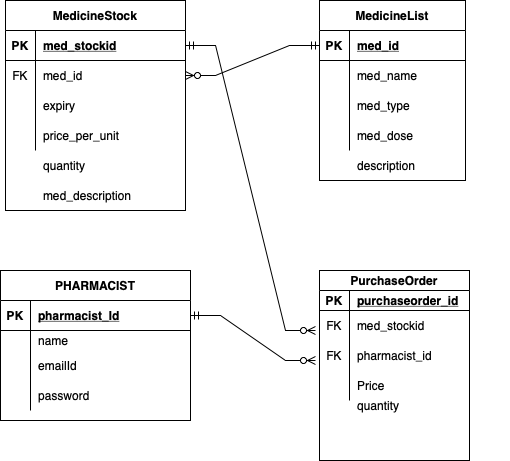
Earlier version of the draw.io export docs/Pharmacymanagement_ERD.png (Steff4evr/pharmacyapi). Source tidied: cells renumbered, new cells last; positions are measured from the earlier drawing's top-left corner, leaving out a move shared by most shapes. Source of this version:
```xml
<mxGraphModel>
  <root>
    <mxCell id="0" />
    <mxCell id="1" parent="0" />
    <mxCell id="2" value="MedicineStock" style="shape=table;startSize=30;rowLines=0;fontStyle=1;align=center;" parent="1" vertex="1">
      <mxGeometry x="5" width="180" height="210" as="geometry" />
    </mxCell>
    <mxCell id="3" style="shape=tableRow;horizontal=0;startSize=0;swimlaneHead=0;swimlaneBody=0;fillColor=none;points=[[0,0.5],[1,0.5]];portConstraint=eastwest;top=0;left=0;right=0;bottom=1;" parent="2" vertex="1">
      <mxGeometry y="30" width="180" height="30" as="geometry" />
    </mxCell>
    <mxCell id="4" value="PK" style="shape=partialRectangle;fillColor=none;top=0;left=0;bottom=0;right=0;fontStyle=1;overflow=hidden;" parent="3" vertex="1">
      <mxGeometry width="30" height="30" as="geometry" />
    </mxCell>
    <mxCell id="5" value="med_stockid" style="shape=partialRectangle;fillColor=none;top=0;left=0;bottom=0;right=0;align=left;spacingLeft=6;fontStyle=5;overflow=hidden;" parent="3" vertex="1">
      <mxGeometry x="30" width="150" height="30" as="geometry" />
    </mxCell>
    <mxCell id="6" style="shape=tableRow;horizontal=0;startSize=0;swimlaneHead=0;swimlaneBody=0;fillColor=none;points=[[0,0.5],[1,0.5]];portConstraint=eastwest;top=0;left=0;right=0;bottom=0;" parent="2" vertex="1">
      <mxGeometry y="60" width="180" height="30" as="geometry" />
    </mxCell>
    <mxCell id="7" value="FK" style="shape=partialRectangle;fillColor=none;top=0;left=0;bottom=0;right=0;overflow=hidden;" parent="6" vertex="1">
      <mxGeometry width="30" height="30" as="geometry" />
    </mxCell>
    <mxCell id="8" value="med_id" style="shape=partialRectangle;fillColor=none;top=0;left=0;bottom=0;right=0;align=left;spacingLeft=6;overflow=hidden;" parent="6" vertex="1">
      <mxGeometry x="30" width="150" height="30" as="geometry" />
    </mxCell>
    <mxCell id="9" style="shape=tableRow;horizontal=0;startSize=0;swimlaneHead=0;swimlaneBody=0;fillColor=none;top=0;left=0;right=0;bottom=0;" parent="2" vertex="1">
      <mxGeometry y="90" width="180" height="30" as="geometry" />
    </mxCell>
    <mxCell id="10" style="shape=partialRectangle;fillColor=none;top=0;left=0;bottom=0;right=0;overflow=hidden;" parent="9" vertex="1">
      <mxGeometry width="30" height="30" as="geometry" />
    </mxCell>
    <mxCell id="11" value="expiry" style="shape=partialRectangle;fillColor=none;top=0;left=0;bottom=0;right=0;align=left;spacingLeft=6;overflow=hidden;" parent="9" vertex="1">
      <mxGeometry x="30" width="150" height="30" as="geometry" />
    </mxCell>
    <mxCell id="12" style="shape=tableRow;horizontal=0;startSize=0;swimlaneHead=0;swimlaneBody=0;fillColor=none;top=0;left=0;right=0;bottom=0;" parent="2" vertex="1">
      <mxGeometry y="120" width="180" height="30" as="geometry" />
    </mxCell>
    <mxCell id="13" style="shape=partialRectangle;fillColor=none;top=0;left=0;bottom=0;right=0;overflow=hidden;" parent="12" vertex="1">
      <mxGeometry width="30" height="30" as="geometry" />
    </mxCell>
    <mxCell id="14" value="price_per_unit" style="shape=partialRectangle;fillColor=none;top=0;left=0;bottom=0;right=0;align=left;spacingLeft=6;overflow=hidden;" parent="12" vertex="1">
      <mxGeometry x="30" width="150" height="30" as="geometry" />
    </mxCell>
    <mxCell id="15" value="MedicineList" style="shape=table;startSize=30;rowLines=0;fontStyle=1;align=center;" parent="1" vertex="1">
      <mxGeometry x="319" width="146" height="180" as="geometry" />
    </mxCell>
    <mxCell id="16" style="shape=tableRow;horizontal=0;startSize=0;swimlaneHead=0;swimlaneBody=0;fillColor=none;points=[[0,0.5],[1,0.5]];portConstraint=eastwest;top=0;left=0;right=0;bottom=1;" parent="15" vertex="1">
      <mxGeometry y="30" width="146" height="30" as="geometry" />
    </mxCell>
    <mxCell id="17" value="PK" style="shape=partialRectangle;fillColor=none;top=0;left=0;bottom=0;right=0;fontStyle=1;overflow=hidden;" parent="16" vertex="1">
      <mxGeometry width="30" height="30" as="geometry" />
    </mxCell>
    <mxCell id="18" value="med_id" style="shape=partialRectangle;fillColor=none;top=0;left=0;bottom=0;right=0;align=left;spacingLeft=6;fontStyle=5;overflow=hidden;" parent="16" vertex="1">
      <mxGeometry x="30" width="116" height="30" as="geometry" />
    </mxCell>
    <mxCell id="19" style="shape=tableRow;horizontal=0;startSize=0;swimlaneHead=0;swimlaneBody=0;fillColor=none;top=0;left=0;right=0;bottom=0;" parent="15" vertex="1">
      <mxGeometry y="60" width="146" height="30" as="geometry" />
    </mxCell>
    <mxCell id="20" style="shape=partialRectangle;fillColor=none;top=0;left=0;bottom=0;right=0;overflow=hidden;" parent="19" vertex="1">
      <mxGeometry width="30" height="30" as="geometry" />
    </mxCell>
    <mxCell id="21" value="med_name" style="shape=partialRectangle;fillColor=none;top=0;left=0;bottom=0;right=0;align=left;spacingLeft=6;overflow=hidden;" parent="19" vertex="1">
      <mxGeometry x="30" width="116" height="30" as="geometry" />
    </mxCell>
    <mxCell id="22" style="shape=tableRow;horizontal=0;startSize=0;swimlaneHead=0;swimlaneBody=0;fillColor=none;top=0;left=0;right=0;bottom=0;" parent="15" vertex="1">
      <mxGeometry y="90" width="146" height="30" as="geometry" />
    </mxCell>
    <mxCell id="23" style="shape=partialRectangle;fillColor=none;top=0;left=0;bottom=0;right=0;overflow=hidden;" parent="22" vertex="1">
      <mxGeometry width="30" height="30" as="geometry" />
    </mxCell>
    <mxCell id="24" value="med_type" style="shape=partialRectangle;fillColor=none;top=0;left=0;bottom=0;right=0;align=left;spacingLeft=6;overflow=hidden;" parent="22" vertex="1">
      <mxGeometry x="30" width="116" height="30" as="geometry" />
    </mxCell>
    <mxCell id="25" style="shape=tableRow;horizontal=0;startSize=0;swimlaneHead=0;swimlaneBody=0;fillColor=none;top=0;left=0;right=0;bottom=0;" parent="15" vertex="1">
      <mxGeometry y="120" width="146" height="30" as="geometry" />
    </mxCell>
    <mxCell id="26" style="shape=partialRectangle;fillColor=none;top=0;left=0;bottom=0;right=0;overflow=hidden;" parent="25" vertex="1">
      <mxGeometry width="30" height="30" as="geometry" />
    </mxCell>
    <mxCell id="27" value="med_dose" style="shape=partialRectangle;fillColor=none;top=0;left=0;bottom=0;right=0;align=left;spacingLeft=6;overflow=hidden;" parent="25" vertex="1">
      <mxGeometry x="30" width="116" height="30" as="geometry" />
    </mxCell>
    <mxCell id="28" value="description" style="shape=partialRectangle;fillColor=none;top=0;left=0;bottom=0;right=0;align=left;spacingLeft=6;overflow=hidden;" parent="1" vertex="1">
      <mxGeometry x="349" y="150" width="160" height="30" as="geometry" />
    </mxCell>
    <mxCell id="29" value="PHARMACIST" style="shape=table;startSize=30;rowLines=0;fontStyle=1;align=center;" parent="1" vertex="1">
      <mxGeometry y="270" width="190" height="150" as="geometry" />
    </mxCell>
    <mxCell id="30" style="shape=tableRow;horizontal=0;startSize=0;swimlaneHead=0;swimlaneBody=0;fillColor=none;points=[[0,0.5],[1,0.5]];portConstraint=eastwest;top=0;left=0;right=0;bottom=1;" parent="29" vertex="1">
      <mxGeometry y="30" width="190" height="30" as="geometry" />
    </mxCell>
    <mxCell id="31" value="PK" style="shape=partialRectangle;fillColor=none;top=0;left=0;bottom=0;right=0;fontStyle=1;overflow=hidden;" parent="30" vertex="1">
      <mxGeometry width="30" height="30" as="geometry" />
    </mxCell>
    <mxCell id="32" value="pharmacist_Id" style="shape=partialRectangle;fillColor=none;top=0;left=0;bottom=0;right=0;align=left;spacingLeft=6;fontStyle=5;overflow=hidden;" parent="30" vertex="1">
      <mxGeometry x="30" width="160" height="30" as="geometry" />
    </mxCell>
    <mxCell id="33" style="shape=tableRow;horizontal=0;startSize=0;swimlaneHead=0;swimlaneBody=0;fillColor=none;top=0;left=0;right=0;bottom=0;" parent="29" vertex="1">
      <mxGeometry y="60" width="190" height="20" as="geometry" />
    </mxCell>
    <mxCell id="34" style="shape=partialRectangle;fillColor=none;top=0;left=0;bottom=0;right=0;overflow=hidden;" parent="33" vertex="1">
      <mxGeometry width="30" height="20" as="geometry" />
    </mxCell>
    <mxCell id="35" value="name" style="shape=partialRectangle;fillColor=none;top=0;left=0;bottom=0;right=0;align=left;spacingLeft=6;overflow=hidden;" parent="33" vertex="1">
      <mxGeometry x="30" width="160" height="20" as="geometry" />
    </mxCell>
    <mxCell id="36" style="shape=tableRow;horizontal=0;startSize=0;swimlaneHead=0;swimlaneBody=0;fillColor=none;top=0;left=0;right=0;bottom=0;" parent="29" vertex="1">
      <mxGeometry y="80" width="190" height="30" as="geometry" />
    </mxCell>
    <mxCell id="37" style="shape=partialRectangle;fillColor=none;top=0;left=0;bottom=0;right=0;overflow=hidden;" parent="36" vertex="1">
      <mxGeometry width="30" height="30" as="geometry" />
    </mxCell>
    <mxCell id="38" value="emailId" style="shape=partialRectangle;fillColor=none;top=0;left=0;bottom=0;right=0;align=left;spacingLeft=6;overflow=hidden;" parent="36" vertex="1">
      <mxGeometry x="30" width="160" height="30" as="geometry" />
    </mxCell>
    <mxCell id="39" style="shape=tableRow;horizontal=0;startSize=0;swimlaneHead=0;swimlaneBody=0;fillColor=none;top=0;left=0;right=0;bottom=0;" parent="29" vertex="1">
      <mxGeometry y="110" width="190" height="30" as="geometry" />
    </mxCell>
    <mxCell id="40" style="shape=partialRectangle;fillColor=none;top=0;left=0;bottom=0;right=0;overflow=hidden;" parent="39" vertex="1">
      <mxGeometry width="30" height="30" as="geometry" />
    </mxCell>
    <mxCell id="41" value="password" style="shape=partialRectangle;fillColor=none;top=0;left=0;bottom=0;right=0;align=left;spacingLeft=6;overflow=hidden;" parent="39" vertex="1">
      <mxGeometry x="30" width="160" height="30" as="geometry" />
    </mxCell>
    <mxCell id="42" value="PurchaseOrder" style="shape=table;startSize=20;rowLines=0;fontStyle=1;align=center;" parent="1" vertex="1">
      <mxGeometry x="319" y="270" width="150" height="190" as="geometry" />
    </mxCell>
    <mxCell id="43" style="shape=tableRow;horizontal=0;startSize=0;swimlaneHead=0;swimlaneBody=0;fillColor=none;top=0;left=0;right=0;bottom=1;" parent="42" vertex="1">
      <mxGeometry y="20" width="150" height="20" as="geometry" />
    </mxCell>
    <mxCell id="44" value="PK" style="shape=partialRectangle;fillColor=none;top=0;left=0;bottom=0;right=0;fontStyle=1;overflow=hidden;" parent="43" vertex="1">
      <mxGeometry width="30" height="20" as="geometry" />
    </mxCell>
    <mxCell id="45" value="purchaseorder_id" style="shape=partialRectangle;fillColor=none;top=0;left=0;bottom=0;right=0;align=left;spacingLeft=6;fontStyle=5;overflow=hidden;" parent="43" vertex="1">
      <mxGeometry x="30" width="120" height="20" as="geometry" />
    </mxCell>
    <mxCell id="46" style="shape=tableRow;horizontal=0;startSize=0;swimlaneHead=0;swimlaneBody=0;fillColor=none;top=0;left=0;right=0;bottom=0;" parent="42" vertex="1">
      <mxGeometry y="40" width="150" height="30" as="geometry" />
    </mxCell>
    <mxCell id="47" value="FK" style="shape=partialRectangle;fillColor=none;top=0;left=0;bottom=0;right=0;overflow=hidden;" parent="46" vertex="1">
      <mxGeometry width="30" height="30" as="geometry" />
    </mxCell>
    <mxCell id="48" value="med_stockid" style="shape=partialRectangle;fillColor=none;top=0;left=0;bottom=0;right=0;align=left;spacingLeft=6;overflow=hidden;" parent="46" vertex="1">
      <mxGeometry x="30" width="120" height="30" as="geometry" />
    </mxCell>
    <mxCell id="49" style="shape=tableRow;horizontal=0;startSize=0;swimlaneHead=0;swimlaneBody=0;fillColor=none;top=0;left=0;right=0;bottom=0;" parent="42" vertex="1">
      <mxGeometry y="70" width="150" height="30" as="geometry" />
    </mxCell>
    <mxCell id="50" value="FK" style="shape=partialRectangle;fillColor=none;top=0;left=0;bottom=0;right=0;overflow=hidden;" parent="49" vertex="1">
      <mxGeometry width="30" height="30" as="geometry" />
    </mxCell>
    <mxCell id="51" value="pharmacist_id" style="shape=partialRectangle;fillColor=none;top=0;left=0;bottom=0;right=0;align=left;spacingLeft=6;overflow=hidden;" parent="49" vertex="1">
      <mxGeometry x="30" width="120" height="30" as="geometry" />
    </mxCell>
    <mxCell id="52" style="shape=tableRow;horizontal=0;startSize=0;swimlaneHead=0;swimlaneBody=0;fillColor=none;top=0;left=0;right=0;bottom=0;" parent="42" vertex="1">
      <mxGeometry y="100" width="150" height="30" as="geometry" />
    </mxCell>
    <mxCell id="53" style="shape=partialRectangle;fillColor=none;top=0;left=0;bottom=0;right=0;overflow=hidden;" parent="52" vertex="1">
      <mxGeometry width="30" height="30" as="geometry" />
    </mxCell>
    <mxCell id="54" value="Price" style="shape=partialRectangle;fillColor=none;top=0;left=0;bottom=0;right=0;align=left;spacingLeft=6;overflow=hidden;" parent="52" vertex="1">
      <mxGeometry x="30" width="120" height="30" as="geometry" />
    </mxCell>
    <mxCell id="55" value="quantity" style="shape=partialRectangle;fillColor=none;top=0;left=0;bottom=0;right=0;align=left;spacingLeft=6;overflow=hidden;" parent="1" vertex="1">
      <mxGeometry x="349" y="390" width="120" height="30" as="geometry" />
    </mxCell>
    <mxCell id="56" style="edgeStyle=entityRelationEdgeStyle;fontSize=12;html=1;endArrow=ERzeroToMany;startArrow=ERmandOne;rounded=0;entryX=1;entryY=0.5;entryDx=0;entryDy=0;exitX=0;exitY=0.5;exitDx=0;exitDy=0;" parent="1" edge="1" source="16" target="6">
      <mxGeometry relative="1" as="geometry" />
    </mxCell>
    <mxCell id="57" style="edgeStyle=entityRelationEdgeStyle;fontSize=12;html=1;endArrow=ERzeroToMany;startArrow=ERmandOne;rounded=0;exitX=1;exitY=0.5;exitDx=0;exitDy=0;" parent="1" edge="1" source="3">
      <mxGeometry relative="1" as="geometry">
        <mxPoint x="315" y="330" as="targetPoint" />
      </mxGeometry>
    </mxCell>
    <mxCell id="58" style="edgeStyle=entityRelationEdgeStyle;fontSize=12;html=1;endArrow=ERzeroToMany;startArrow=ERmandOne;rounded=0;exitX=1;exitY=0.5;exitDx=0;exitDy=0;" parent="1" edge="1" source="30">
      <mxGeometry relative="1" as="geometry">
        <mxPoint x="315" y="360" as="targetPoint" />
      </mxGeometry>
    </mxCell>
    <mxCell id="59" value="med_description" style="shape=partialRectangle;fillColor=none;top=0;left=0;bottom=0;right=0;align=left;spacingLeft=6;overflow=hidden;" parent="1" vertex="1">
      <mxGeometry x="35" y="180" width="150" height="30" as="geometry" />
    </mxCell>
    <mxCell id="60" value="quantity" style="shape=partialRectangle;fillColor=none;top=0;left=0;bottom=0;right=0;align=left;spacingLeft=6;overflow=hidden;" parent="1" vertex="1">
      <mxGeometry x="35" y="150" width="150" height="30" as="geometry" />
    </mxCell>
  </root>
</mxGraphModel>
```
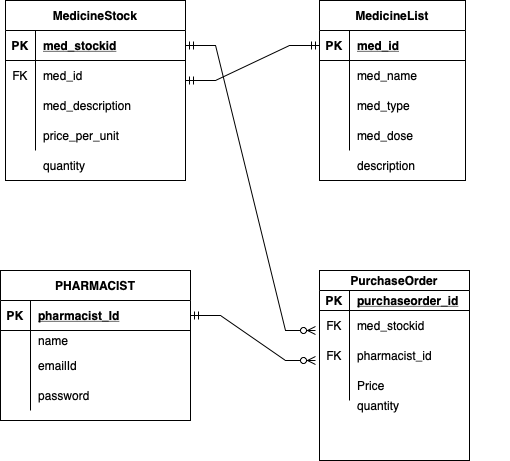
Later version of the same file.

Change to the diagram source:
```diff
@@ -3,7 +3,7 @@
     <mxCell id="0" />
     <mxCell id="1" parent="0" />
     <mxCell id="2" value="MedicineStock" style="shape=table;startSize=30;rowLines=0;fontStyle=1;align=center;" parent="1" vertex="1">
-      <mxGeometry x="5" width="180" height="210" as="geometry" />
+      <mxGeometry x="5" width="180" height="180" as="geometry" />
     </mxCell>
     <mxCell id="3" style="shape=tableRow;horizontal=0;startSize=0;swimlaneHead=0;swimlaneBody=0;fillColor=none;points=[[0,0.5],[1,0.5]];portConstraint=eastwest;top=0;left=0;right=0;bottom=1;" parent="2" vertex="1">
       <mxGeometry y="30" width="180" height="30" as="geometry" />
@@ -29,7 +29,7 @@
     <mxCell id="10" style="shape=partialRectangle;fillColor=none;top=0;left=0;bottom=0;right=0;overflow=hidden;" parent="9" vertex="1">
       <mxGeometry width="30" height="30" as="geometry" />
     </mxCell>
-    <mxCell id="11" value="expiry" style="shape=partialRectangle;fillColor=none;top=0;left=0;bottom=0;right=0;align=left;spacingLeft=6;overflow=hidden;" parent="9" vertex="1">
+    <mxCell id="11" style="shape=partialRectangle;fillColor=none;top=0;left=0;bottom=0;right=0;align=left;spacingLeft=6;overflow=hidden;" parent="9" vertex="1">
       <mxGeometry x="30" width="150" height="30" as="geometry" />
     </mxCell>
     <mxCell id="12" style="shape=tableRow;horizontal=0;startSize=0;swimlaneHead=0;swimlaneBody=0;fillColor=none;top=0;left=0;right=0;bottom=0;" parent="2" vertex="1">
@@ -164,9 +164,6 @@
     <mxCell id="55" value="quantity" style="shape=partialRectangle;fillColor=none;top=0;left=0;bottom=0;right=0;align=left;spacingLeft=6;overflow=hidden;" parent="1" vertex="1">
       <mxGeometry x="349" y="390" width="120" height="30" as="geometry" />
     </mxCell>
-    <mxCell id="56" style="edgeStyle=entityRelationEdgeStyle;fontSize=12;html=1;endArrow=ERzeroToMany;startArrow=ERmandOne;rounded=0;entryX=1;entryY=0.5;entryDx=0;entryDy=0;exitX=0;exitY=0.5;exitDx=0;exitDy=0;" parent="1" edge="1" source="16" target="6">
-      <mxGeometry relative="1" as="geometry" />
-    </mxCell>
     <mxCell id="57" style="edgeStyle=entityRelationEdgeStyle;fontSize=12;html=1;endArrow=ERzeroToMany;startArrow=ERmandOne;rounded=0;exitX=1;exitY=0.5;exitDx=0;exitDy=0;" parent="1" edge="1" source="3">
       <mxGeometry relative="1" as="geometry">
         <mxPoint x="315" y="330" as="targetPoint" />
@@ -178,10 +175,15 @@
       </mxGeometry>
     </mxCell>
     <mxCell id="59" value="med_description" style="shape=partialRectangle;fillColor=none;top=0;left=0;bottom=0;right=0;align=left;spacingLeft=6;overflow=hidden;" parent="1" vertex="1">
-      <mxGeometry x="35" y="180" width="150" height="30" as="geometry" />
+      <mxGeometry x="35" y="90" width="150" height="30" as="geometry" />
     </mxCell>
     <mxCell id="60" value="quantity" style="shape=partialRectangle;fillColor=none;top=0;left=0;bottom=0;right=0;align=left;spacingLeft=6;overflow=hidden;" parent="1" vertex="1">
       <mxGeometry x="35" y="150" width="150" height="30" as="geometry" />
     </mxCell>
+    <mxCell id="61" style="edgeStyle=entityRelationEdgeStyle;fontSize=12;html=1;endArrow=ERmandOne;startArrow=ERmandOne;rounded=0;entryX=0;entryY=0.5;entryDx=0;entryDy=0;" parent="1" edge="1" target="16">
+      <mxGeometry relative="1" as="geometry">
+        <mxPoint x="185" y="80" as="sourcePoint" />
+      </mxGeometry>
+    </mxCell>
   </root>
 </mxGraphModel>
```
